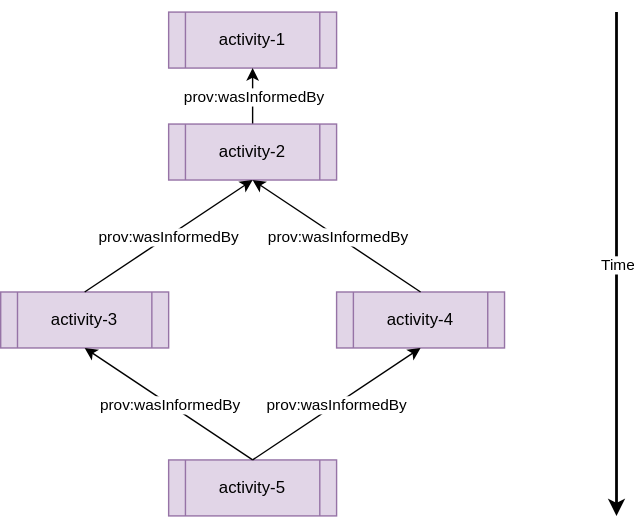
swiss/paf-link keeps this draw.io diagram as img/activities.svg. Above is the earlier version. Source tidied: cells renumbered, new cells last; positions are measured from the earlier drawing's top-left corner, leaving out a move shared by most shapes.
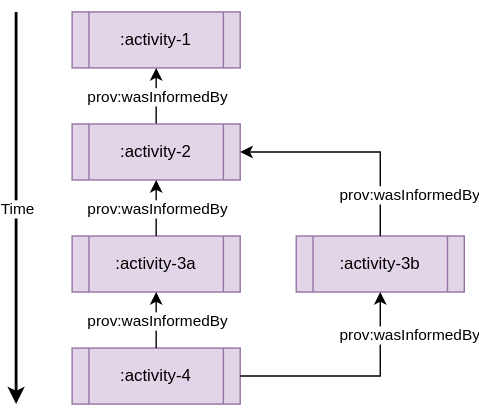
After the commit.

Diff of the diagram source:
```diff
@@ -2,8 +2,8 @@
   <root>
     <mxCell id="0" />
     <mxCell id="1" parent="0" />
-    <mxCell id="2" value="activity-1" style="shape=process;whiteSpace=wrap;html=1;backgroundOutline=1;fillColor=#e1d5e7;strokeColor=#9673a6;" parent="1" vertex="1">
-      <mxGeometry x="120" width="120" height="40" as="geometry" />
+    <mxCell id="2" value=":activity-1" style="shape=process;whiteSpace=wrap;html=1;backgroundOutline=1;fillColor=#e1d5e7;strokeColor=#9673a6;" parent="1" vertex="1">
+      <mxGeometry width="120" height="40" as="geometry" />
     </mxCell>
     <mxCell id="3" style="edgeStyle=none;html=1;exitX=0.5;exitY=0;exitDx=0;exitDy=0;entryX=0.5;entryY=1;entryDx=0;entryDy=0;" parent="1" edge="1" source="5" target="2">
       <mxGeometry relative="1" as="geometry" />
@@ -11,17 +11,17 @@
     <mxCell id="4" value="prov:wasInformedBy" style="edgeLabel;html=1;align=center;verticalAlign=middle;" parent="3" vertex="1">
       <mxGeometry relative="1" as="geometry" />
     </mxCell>
-    <mxCell id="5" value="activity-2" style="shape=process;whiteSpace=wrap;html=1;backgroundOutline=1;fillColor=#e1d5e7;strokeColor=#9673a6;" parent="1" vertex="1">
-      <mxGeometry x="120" y="80" width="120" height="40" as="geometry" />
+    <mxCell id="5" value=":activity-2" style="shape=process;whiteSpace=wrap;html=1;backgroundOutline=1;fillColor=#e1d5e7;strokeColor=#9673a6;" parent="1" vertex="1">
+      <mxGeometry y="80" width="120" height="40" as="geometry" />
     </mxCell>
-    <mxCell id="6" value="activity-3" style="shape=process;whiteSpace=wrap;html=1;backgroundOutline=1;fillColor=#e1d5e7;strokeColor=#9673a6;" parent="1" vertex="1">
-      <mxGeometry y="200" width="120" height="40" as="geometry" />
+    <mxCell id="6" value=":activity-3a" style="shape=process;whiteSpace=wrap;html=1;backgroundOutline=1;fillColor=#e1d5e7;strokeColor=#9673a6;" parent="1" vertex="1">
+      <mxGeometry y="160" width="120" height="40" as="geometry" />
     </mxCell>
-    <mxCell id="7" value="activity-4" style="shape=process;whiteSpace=wrap;html=1;backgroundOutline=1;fillColor=#e1d5e7;strokeColor=#9673a6;" parent="1" vertex="1">
-      <mxGeometry x="240" y="200" width="120" height="40" as="geometry" />
+    <mxCell id="7" value=":activity-3b" style="shape=process;whiteSpace=wrap;html=1;backgroundOutline=1;fillColor=#e1d5e7;strokeColor=#9673a6;" parent="1" vertex="1">
+      <mxGeometry x="160" y="160" width="120" height="40" as="geometry" />
     </mxCell>
-    <mxCell id="8" value="activity-5" style="shape=process;whiteSpace=wrap;html=1;backgroundOutline=1;fillColor=#e1d5e7;strokeColor=#9673a6;" parent="1" vertex="1">
-      <mxGeometry x="120" y="320" width="120" height="40" as="geometry" />
+    <mxCell id="8" value=":activity-4" style="shape=process;whiteSpace=wrap;html=1;backgroundOutline=1;fillColor=#e1d5e7;strokeColor=#9673a6;" parent="1" vertex="1">
+      <mxGeometry y="240" width="120" height="40" as="geometry" />
     </mxCell>
     <mxCell id="9" style="edgeStyle=none;html=1;exitX=0.5;exitY=0;exitDx=0;exitDy=0;entryX=0.5;entryY=1;entryDx=0;entryDy=0;" parent="1" edge="1" source="6" target="5">
       <mxGeometry relative="1" as="geometry" />
@@ -29,11 +29,13 @@
     <mxCell id="10" value="prov:wasInformedBy" style="edgeLabel;html=1;align=center;verticalAlign=middle;" parent="9" vertex="1">
       <mxGeometry relative="1" as="geometry" />
     </mxCell>
-    <mxCell id="11" style="edgeStyle=none;html=1;exitX=0.5;exitY=0;exitDx=0;exitDy=0;entryX=0.5;entryY=1;entryDx=0;entryDy=0;" parent="1" edge="1" source="7" target="5">
+    <mxCell id="11" style="edgeStyle=orthogonalEdgeStyle;html=1;exitX=0.5;exitY=0;exitDx=0;exitDy=0;entryX=1;entryY=0.5;entryDx=0;entryDy=0;rounded=0;" parent="1" edge="1" source="7" target="5">
       <mxGeometry relative="1" as="geometry" />
     </mxCell>
     <mxCell id="12" value="prov:wasInformedBy" style="edgeLabel;html=1;align=center;verticalAlign=middle;" parent="11" vertex="1">
-      <mxGeometry relative="1" as="geometry" />
+      <mxGeometry relative="1" as="geometry">
+        <mxPoint x="40" y="30" as="offset" />
+      </mxGeometry>
     </mxCell>
     <mxCell id="13" style="edgeStyle=none;html=1;exitX=0.5;exitY=0;exitDx=0;exitDy=0;entryX=0.5;entryY=1;entryDx=0;entryDy=0;" parent="1" edge="1" source="8" target="6">
       <mxGeometry relative="1" as="geometry" />
@@ -41,16 +43,18 @@
     <mxCell id="14" value="prov:wasInformedBy" style="edgeLabel;html=1;align=center;verticalAlign=middle;" parent="13" vertex="1">
       <mxGeometry relative="1" as="geometry" />
     </mxCell>
-    <mxCell id="15" style="edgeStyle=none;html=1;exitX=0.5;exitY=0;exitDx=0;exitDy=0;entryX=0.5;entryY=1;entryDx=0;entryDy=0;" parent="1" edge="1" source="8" target="7">
+    <mxCell id="15" style="edgeStyle=orthogonalEdgeStyle;html=1;exitX=1;exitY=0.5;exitDx=0;exitDy=0;entryX=0.5;entryY=1;entryDx=0;entryDy=0;rounded=0;" parent="1" edge="1" source="8" target="7">
       <mxGeometry relative="1" as="geometry" />
     </mxCell>
     <mxCell id="16" value="prov:wasInformedBy" style="edgeLabel;html=1;align=center;verticalAlign=middle;" parent="15" vertex="1">
-      <mxGeometry relative="1" as="geometry" />
+      <mxGeometry relative="1" as="geometry">
+        <mxPoint x="40" y="-30" as="offset" />
+      </mxGeometry>
     </mxCell>
     <mxCell id="17" style="endArrow=classic;html=1;strokeWidth=2;" parent="1" edge="1">
       <mxGeometry relative="1" as="geometry">
-        <mxPoint x="440" as="sourcePoint" />
-        <mxPoint x="440" y="360" as="targetPoint" />
+        <mxPoint x="-40" as="sourcePoint" />
+        <mxPoint x="-40" y="280" as="targetPoint" />
       </mxGeometry>
     </mxCell>
     <mxCell id="18" value="Time" style="edgeLabel;html=1;align=center;verticalAlign=middle;" parent="17" vertex="1">
```
